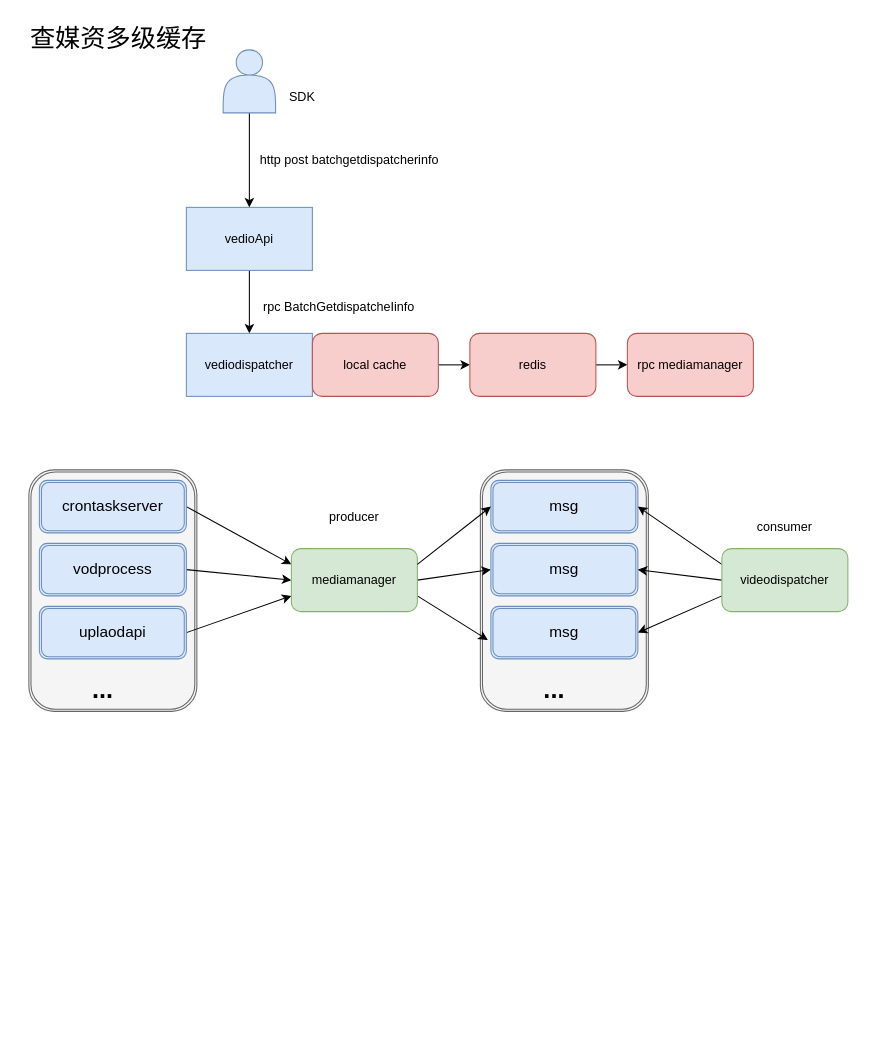
This is Untitled Diagram.drawio from sunnylala/daydayup, a draw.io file, before an edit. Source tidied: cells renumbered, new cells numbered last; positions are measured from the earlier drawing's top-left corner, leaving out a move shared by most shapes. Both pictures are drawn from the tidied source at 105%, with x=0, y=0 at pixel (18, 18).
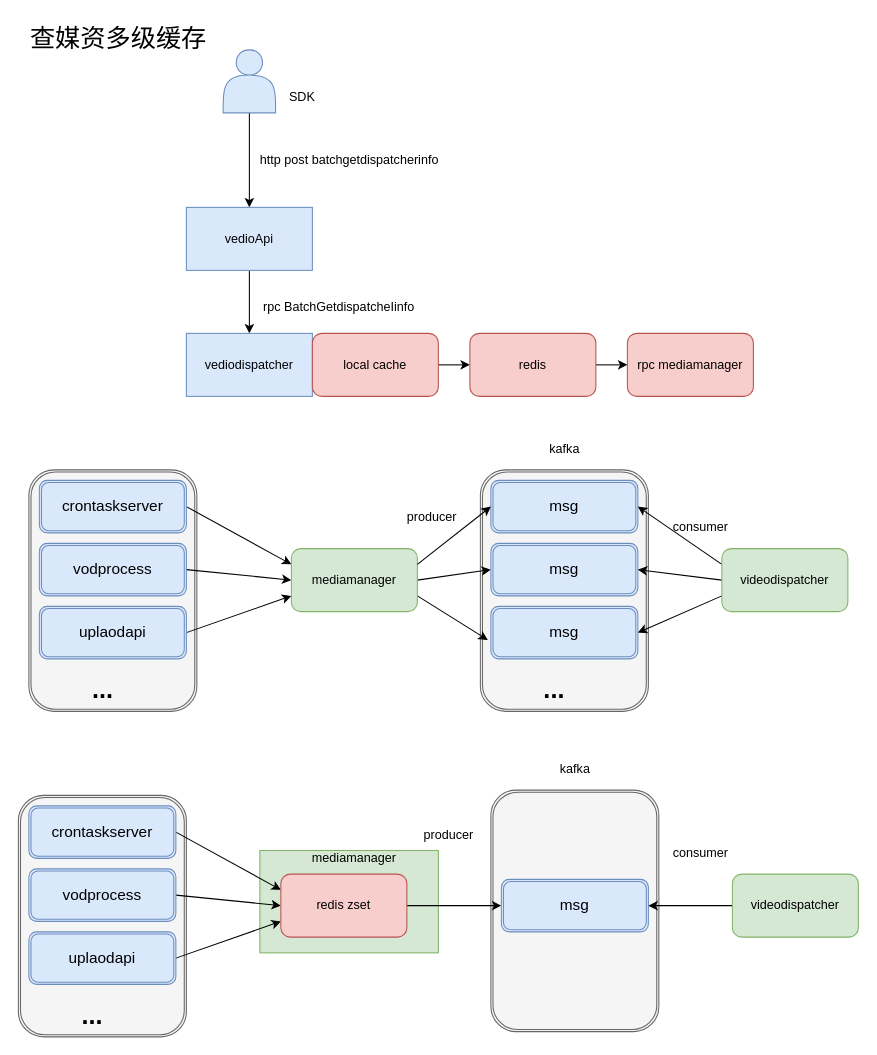
Above is the later version.

The edit, as a diff of the source:
```diff
@@
+    <mxCell id="39" style="shape=ext;double=1;rounded=1;whiteSpace=wrap;html=1;fillColor=#f5f5f5;fontColor=#333333;strokeColor=#666666;" parent="1" vertex="1">
+      <mxGeometry x="450" y="735" width="160" height="230" as="geometry" />
+    </mxCell>
+    <mxCell id="40" style="rounded=0;whiteSpace=wrap;html=1;fillColor=#d5e8d4;strokeColor=#82b366;" parent="1" vertex="1">
+      <mxGeometry x="230" y="792.5" width="170" height="97.5" as="geometry" />
+    </mxCell>
@@
     <mxCell id="33" value="producer" style="text;html=1;strokeColor=none;fillColor=none;align=center;verticalAlign=middle;whiteSpace=wrap;rounded=0;" parent="1" vertex="1">
-      <mxGeometry x="290" y="460" width="60" height="30" as="geometry" />
+      <mxGeometry x="364" y="460" width="60" height="30" as="geometry" />
     </mxCell>
@@
     <mxCell id="38" value="consumer" style="text;html=1;strokeColor=none;fillColor=none;align=center;verticalAlign=middle;whiteSpace=wrap;rounded=0;" parent="1" vertex="1">
-      <mxGeometry x="700" y="470" width="60" height="30" as="geometry" />
+      <mxGeometry x="620" y="470" width="60" height="30" as="geometry" />
     </mxCell>
+    <mxCell id="41" style="shape=ext;double=1;rounded=1;whiteSpace=wrap;html=1;fillColor=#f5f5f5;fontColor=#333333;strokeColor=#666666;" parent="1" vertex="1">
+      <mxGeometry y="740" width="160" height="230" as="geometry" />
+    </mxCell>
+    <mxCell id="42" style="rounded=0;jettySize=auto;html=1;exitX=1;exitY=0.5;exitDx=0;exitDy=0;entryX=0;entryY=0.25;entryDx=0;entryDy=0;" parent="1" edge="1" source="43">
+      <mxGeometry relative="1" as="geometry">
+        <mxPoint x="250" y="830" as="targetPoint" />
+      </mxGeometry>
+    </mxCell>
+    <mxCell id="43" value="&lt;span id=&quot;docs-internal-guid-596b3e76-7fff-da2d-35f7-9990846e9c44&quot;&gt;&lt;span style=&quot;font-size: 11pt; font-family: Arial; background-color: transparent; font-variant-numeric: normal; font-variant-east-asian: normal; vertical-align: baseline;&quot;&gt;crontaskserver&lt;/span&gt;&lt;/span&gt;" style="shape=ext;double=1;rounded=1;whiteSpace=wrap;html=1;fillColor=#dae8fc;strokeColor=#6c8ebf;" parent="1" vertex="1">
+      <mxGeometry x="10" y="750" width="140" height="50" as="geometry" />
+    </mxCell>
+    <mxCell id="44" style="rounded=0;jettySize=auto;html=1;exitX=1;exitY=0.5;exitDx=0;exitDy=0;entryX=0;entryY=0.5;entryDx=0;entryDy=0;" parent="1" edge="1" source="45">
+      <mxGeometry relative="1" as="geometry">
+        <mxPoint x="250" y="845" as="targetPoint" />
+      </mxGeometry>
+    </mxCell>
+    <mxCell id="45" value="&lt;span id=&quot;docs-internal-guid-596b3e76-7fff-da2d-35f7-9990846e9c44&quot;&gt;&lt;span style=&quot;font-size: 11pt; font-family: Arial; background-color: transparent; font-variant-numeric: normal; font-variant-east-asian: normal; vertical-align: baseline;&quot;&gt;vodprocess&lt;/span&gt;&lt;/span&gt;" style="shape=ext;double=1;rounded=1;whiteSpace=wrap;html=1;fillColor=#dae8fc;strokeColor=#6c8ebf;" parent="1" vertex="1">
+      <mxGeometry x="10" y="810" width="140" height="50" as="geometry" />
+    </mxCell>
+    <mxCell id="46" style="edgeStyle=none;rounded=0;jettySize=auto;html=1;exitX=1;exitY=0.5;exitDx=0;exitDy=0;entryX=0;entryY=0.75;entryDx=0;entryDy=0;" parent="1" edge="1" source="47">
+      <mxGeometry relative="1" as="geometry">
+        <mxPoint x="250" y="860" as="targetPoint" />
+      </mxGeometry>
+    </mxCell>
+    <mxCell id="47" value="&lt;span id=&quot;docs-internal-guid-596b3e76-7fff-da2d-35f7-9990846e9c44&quot;&gt;&lt;span style=&quot;font-size: 11pt; font-family: Arial; background-color: transparent; font-variant-numeric: normal; font-variant-east-asian: normal; vertical-align: baseline;&quot;&gt;uplaodapi&lt;/span&gt;&lt;/span&gt;" style="shape=ext;double=1;rounded=1;whiteSpace=wrap;html=1;fillColor=#dae8fc;strokeColor=#6c8ebf;" parent="1" vertex="1">
+      <mxGeometry x="10" y="870" width="140" height="50" as="geometry" />
+    </mxCell>
+    <mxCell id="48" value="..." style="text;strokeColor=none;fillColor=none;html=1;fontSize=24;fontStyle=1;verticalAlign=middle;align=center;" parent="1" vertex="1">
+      <mxGeometry x="20" y="930" width="100" height="40" as="geometry" />
+    </mxCell>
+    <mxCell id="49" style="edgeStyle=none;rounded=0;jettySize=auto;html=1;exitX=1;exitY=0.5;exitDx=0;exitDy=0;entryX=0;entryY=0.5;entryDx=0;entryDy=0;" parent="1" edge="1" source="50" target="55">
+      <mxGeometry relative="1" as="geometry" />
+    </mxCell>
+    <mxCell id="50" value="redis zset" style="rounded=1;whiteSpace=wrap;html=1;fillColor=#f8cecc;strokeColor=#b85450;" parent="1" vertex="1">
+      <mxGeometry x="250" y="815" width="120" height="60" as="geometry" />
+    </mxCell>
+    <mxCell id="51" value="mediamanager" style="text;html=1;strokeColor=none;fillColor=none;align=center;verticalAlign=middle;whiteSpace=wrap;rounded=0;" parent="1" vertex="1">
+      <mxGeometry x="290" y="785" width="60" height="30" as="geometry" />
+    </mxCell>
+    <mxCell id="52" style="edgeStyle=none;shape=flexArrow;rounded=0;orthogonalLoop=1;jettySize=auto;html=1;exitX=1;exitY=0.5;exitDx=0;exitDy=0;" parent="1" edge="1" source="40" target="40">
+      <mxGeometry relative="1" as="geometry" />
+    </mxCell>
+    <mxCell id="53" style="edgeStyle=none;shape=flexArrow;rounded=0;orthogonalLoop=1;jettySize=auto;html=1;exitX=1;exitY=1;exitDx=0;exitDy=0;" parent="1" edge="1" source="40" target="40">
+      <mxGeometry relative="1" as="geometry" />
+    </mxCell>
+    <mxCell id="54" value="kafka" style="text;html=1;align=center;verticalAlign=middle;strokeColor=none;fillColor=none;" parent="1" vertex="1">
+      <mxGeometry x="495" y="395" width="50" height="30" as="geometry" />
+    </mxCell>
+    <mxCell id="55" value="&lt;span id=&quot;docs-internal-guid-596b3e76-7fff-da2d-35f7-9990846e9c44&quot;&gt;&lt;span style=&quot;font-size: 11pt; font-family: Arial; background-color: transparent; font-variant-numeric: normal; font-variant-east-asian: normal; vertical-align: baseline;&quot;&gt;msg&lt;/span&gt;&lt;/span&gt;" style="shape=ext;double=1;rounded=1;whiteSpace=wrap;html=1;fillColor=#dae8fc;strokeColor=#6c8ebf;" parent="1" vertex="1">
+      <mxGeometry x="460" y="820" width="140" height="50" as="geometry" />
+    </mxCell>
+    <mxCell id="56" style="edgeStyle=none;rounded=0;jettySize=auto;html=1;exitX=0;exitY=0.5;exitDx=0;exitDy=0;entryX=1;entryY=0.5;entryDx=0;entryDy=0;" parent="1" edge="1" source="57" target="55">
+      <mxGeometry relative="1" as="geometry" />
+    </mxCell>
+    <mxCell id="57" value="videodispatcher" style="rounded=1;whiteSpace=wrap;html=1;fillColor=#d5e8d4;strokeColor=#82b366;" parent="1" vertex="1">
+      <mxGeometry x="680" y="815" width="120" height="60" as="geometry" />
+    </mxCell>
+    <mxCell id="58" value="consumer" style="text;html=1;strokeColor=none;fillColor=none;align=center;verticalAlign=middle;whiteSpace=wrap;rounded=0;" parent="1" vertex="1">
+      <mxGeometry x="620" y="780" width="60" height="30" as="geometry" />
+    </mxCell>
+    <mxCell id="59" value="kafka" style="text;html=1;align=center;verticalAlign=middle;strokeColor=none;fillColor=none;" parent="1" vertex="1">
+      <mxGeometry x="505" y="700" width="50" height="30" as="geometry" />
+    </mxCell>
+    <mxCell id="60" value="producer" style="text;html=1;strokeColor=none;fillColor=none;align=center;verticalAlign=middle;whiteSpace=wrap;rounded=0;" parent="1" vertex="1">
+      <mxGeometry x="380" y="762.5" width="60" height="30" as="geometry" />
+    </mxCell>
```
